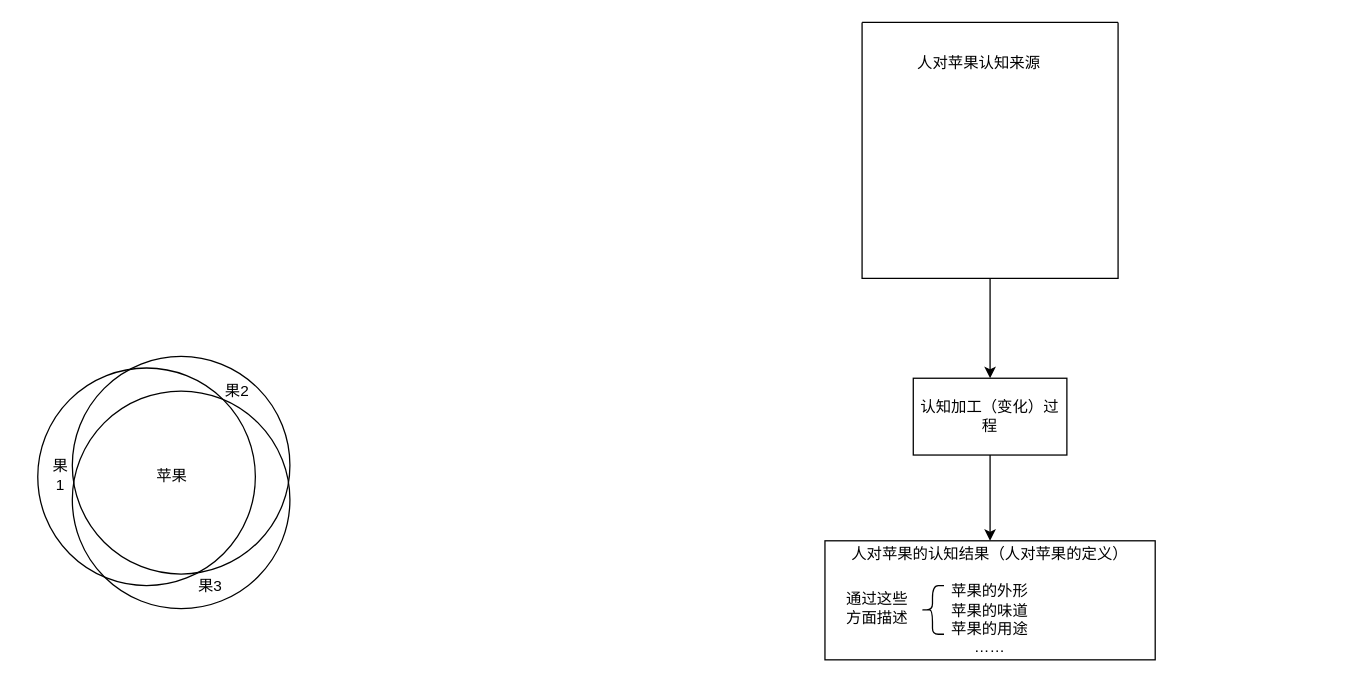
Earlier version of the draw.io diagram page "第 3 页" (3 of 3) of 大纲/节点图.drawio (foxii-cn/something-abstract). Source tidied: cells renumbered, new cells numbered last; positions are measured from the earlier drawing's top-left corner, leaving out a move shared by most shapes. Both pictures are drawn from the tidied source at 128%, with x=0, y=0 at pixel (22, 22).
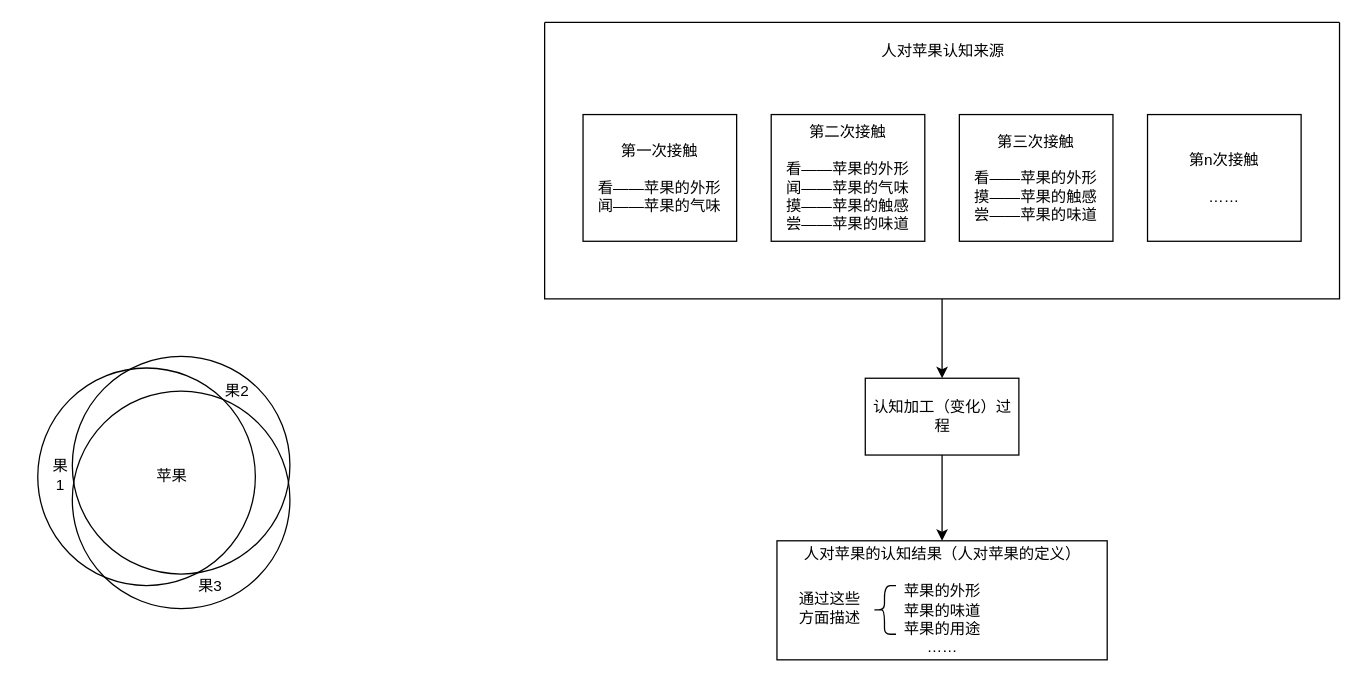
The same diagram, later.

The edit, as a diff of the source:
```diff
@@
     <mxCell id="11" value="认知加工（变化）过程" style="rounded=0;whiteSpace=wrap;html=1;" parent="1" vertex="1">
-      <mxGeometry x="696" y="278" width="120" height="60" as="geometry" />
+      <mxGeometry x="658.5" y="278" width="120" height="60" as="geometry" />
     </mxCell>
     <mxCell id="12" value="人对苹果的认知结果（人对苹果的定义）&lt;br&gt;&lt;br&gt;苹果的外形&lt;br&gt;苹果的味道&lt;br&gt;苹果的用途&lt;br&gt;……" style="rounded=0;whiteSpace=wrap;html=1;" parent="1" vertex="1">
-      <mxGeometry x="627" y="405" width="258" height="93" as="geometry" />
+      <mxGeometry x="589.5" y="405" width="258" height="93" as="geometry" />
     </mxCell>
     <mxCell id="13" style="shape=curlyBracket;whiteSpace=wrap;html=1;rounded=1;labelPosition=left;verticalLabelPosition=middle;align=right;verticalAlign=middle;" parent="1" vertex="1">
-      <mxGeometry x="702" y="440" width="18" height="38" as="geometry" />
+      <mxGeometry x="664.5" y="440" width="18" height="38" as="geometry" />
     </mxCell>
     <mxCell id="14" value="通过这些方面描述" style="text;html=1;strokeColor=none;fillColor=none;align=center;verticalAlign=middle;whiteSpace=wrap;rounded=0;" parent="1" vertex="1">
-      <mxGeometry x="638" y="443" width="60" height="30" as="geometry" />
+      <mxGeometry x="600.5" y="443" width="60" height="30" as="geometry" />
     </mxCell>
     <mxCell id="15" style="swimlane;startSize=0;" parent="1" vertex="1">
-      <mxGeometry x="656" width="200" height="200" as="geometry" />
+      <mxGeometry x="408" width="621" height="216" as="geometry" />
     </mxCell>
     <mxCell id="16" value="人对苹果认知来源" style="text;html=1;align=center;verticalAlign=middle;strokeColor=none;fillColor=none;" parent="15" vertex="1">
-      <mxGeometry x="34" y="18" width="114" height="27" as="geometry" />
+      <mxGeometry x="253.5" y="9" width="114" height="27" as="geometry" />
     </mxCell>
+    <mxCell id="17" value="第一次接触&lt;br&gt;&lt;br&gt;看——苹果的外形&lt;br&gt;闻——苹果的气味" style="rounded=0;whiteSpace=wrap;html=1;" parent="15" vertex="1">
+      <mxGeometry x="30" y="72" width="120" height="99" as="geometry" />
+    </mxCell>
+    <mxCell id="18" value="第二次接触&lt;br&gt;&lt;br&gt;看——苹果的外形&lt;br&gt;闻——苹果的气味&lt;br&gt;摸——苹果的触感&lt;br&gt;尝——苹果的味道" style="rounded=0;whiteSpace=wrap;html=1;" parent="15" vertex="1">
+      <mxGeometry x="177" y="72" width="120" height="99" as="geometry" />
+    </mxCell>
+    <mxCell id="19" value="第三次接触&lt;br&gt;&lt;br&gt;看——苹果的外形&lt;br&gt;摸——苹果的触感&lt;br&gt;尝——苹果的味道" style="rounded=0;whiteSpace=wrap;html=1;" parent="15" vertex="1">
+      <mxGeometry x="324" y="72" width="120" height="99" as="geometry" />
+    </mxCell>
+    <mxCell id="20" value="第n次接触&lt;br&gt;&lt;br&gt;……" style="rounded=0;whiteSpace=wrap;html=1;" parent="15" vertex="1">
+      <mxGeometry x="471" y="72" width="120" height="99" as="geometry" />
+    </mxCell>
```
